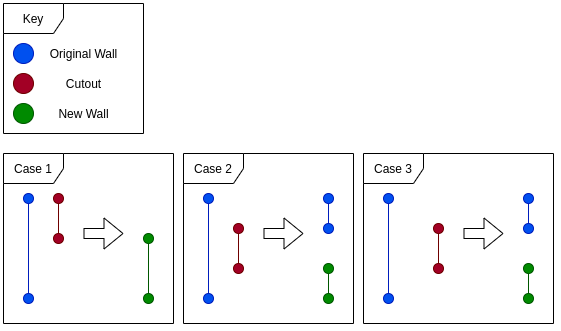
Before: images/implementation/wallconditions.png, a diagram exported from draw.io (jordy2254/final-year-project-report). Source tidied: cells renumbered, new cells last; positions are measured from the earlier drawing's top-left corner, leaving out a move shared by most shapes.
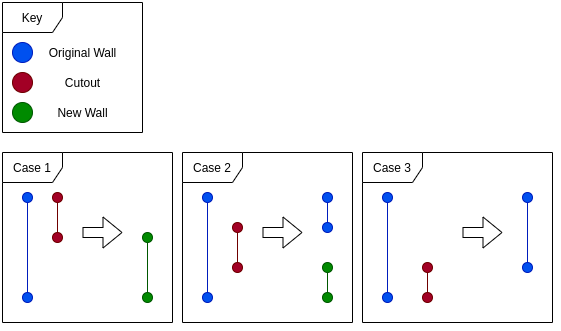
After the commit.

The edit, as a diff of the source:
```diff
@@ -2,6 +2,9 @@
   <root>
     <mxCell id="0" />
     <mxCell id="1" parent="0" />
+    <mxCell id="47" value="Case 3" style="shape=umlFrame;whiteSpace=wrap;html=1;" parent="1" vertex="1">
+      <mxGeometry x="360" y="150" width="190" height="170" as="geometry" />
+    </mxCell>
     <mxCell id="2" value="Key" style="shape=umlFrame;whiteSpace=wrap;html=1;" parent="1" vertex="1">
       <mxGeometry width="140" height="130" as="geometry" />
     </mxCell>
@@ -102,16 +105,13 @@
       <mxGeometry x="380" y="190" width="10" height="10" as="geometry" />
     </mxCell>
     <mxCell id="33" style="ellipse;whiteSpace=wrap;html=1;fillColor=#a20025;strokeColor=#6F0000;fontColor=#ffffff;" parent="1" vertex="1">
-      <mxGeometry x="430" y="220" width="10" height="10" as="geometry" />
+      <mxGeometry x="420" y="260" width="10" height="10" as="geometry" />
     </mxCell>
-    <mxCell id="34" style="ellipse;whiteSpace=wrap;html=1;fillColor=#008a00;strokeColor=#005700;fontColor=#ffffff;" parent="1" vertex="1">
-      <mxGeometry x="520" y="260" width="10" height="10" as="geometry" />
-    </mxCell>
     <mxCell id="35" style="ellipse;whiteSpace=wrap;html=1;fillColor=#0050ef;strokeColor=#001DBC;fontColor=#ffffff;" parent="1" vertex="1">
       <mxGeometry x="380" y="290" width="10" height="10" as="geometry" />
     </mxCell>
     <mxCell id="36" style="ellipse;whiteSpace=wrap;html=1;fillColor=#a20025;strokeColor=#6F0000;fontColor=#ffffff;" parent="1" vertex="1">
-      <mxGeometry x="430" y="260" width="10" height="10" as="geometry" />
+      <mxGeometry x="420" y="290" width="10" height="10" as="geometry" />
     </mxCell>
     <mxCell id="37" style="endArrow=none;html=1;entryX=0.5;entryY=1;entryDx=0;entryDy=0;exitX=0.5;exitY=0;exitDx=0;exitDy=0;fillColor=#a20025;strokeColor=#6F0000;" parent="1" edge="1" source="36" target="33">
       <mxGeometry relative="1" as="geometry" />
@@ -125,17 +125,11 @@
         <mxPoint x="500" y="230" as="targetPoint" />
       </mxGeometry>
     </mxCell>
-    <mxCell id="40" style="ellipse;whiteSpace=wrap;html=1;fillColor=#008a00;strokeColor=#005700;fontColor=#ffffff;" parent="1" vertex="1">
-      <mxGeometry x="520" y="290" width="10" height="10" as="geometry" />
-    </mxCell>
-    <mxCell id="41" style="endArrow=none;html=1;exitX=0.5;exitY=0;exitDx=0;exitDy=0;entryX=0.5;entryY=1;entryDx=0;entryDy=0;fillColor=#008a00;strokeColor=#005700;" parent="1" edge="1" source="40" target="34">
-      <mxGeometry relative="1" as="geometry" />
-    </mxCell>
     <mxCell id="42" style="ellipse;whiteSpace=wrap;html=1;fillColor=#0050ef;strokeColor=#001DBC;fontColor=#ffffff;" parent="1" vertex="1">
       <mxGeometry x="520" y="190" width="10" height="10" as="geometry" />
     </mxCell>
     <mxCell id="43" style="ellipse;whiteSpace=wrap;html=1;fillColor=#0050ef;strokeColor=#001DBC;fontColor=#ffffff;" parent="1" vertex="1">
-      <mxGeometry x="520" y="220" width="10" height="10" as="geometry" />
+      <mxGeometry x="520" y="260" width="10" height="10" as="geometry" />
     </mxCell>
     <mxCell id="44" style="endArrow=none;html=1;entryX=0.5;entryY=1;entryDx=0;entryDy=0;exitX=0.5;exitY=0;exitDx=0;exitDy=0;fillColor=#0050ef;strokeColor=#001DBC;" parent="1" edge="1" source="43" target="42">
       <mxGeometry relative="1" as="geometry" />
@@ -146,8 +140,5 @@
     <mxCell id="46" value="Case 2" style="shape=umlFrame;whiteSpace=wrap;html=1;" parent="1" vertex="1">
       <mxGeometry x="180" y="150" width="170" height="170" as="geometry" />
     </mxCell>
-    <mxCell id="47" value="Case 3" style="shape=umlFrame;whiteSpace=wrap;html=1;" parent="1" vertex="1">
-      <mxGeometry x="360" y="150" width="190" height="170" as="geometry" />
-    </mxCell>
   </root>
 </mxGraphModel>
```
